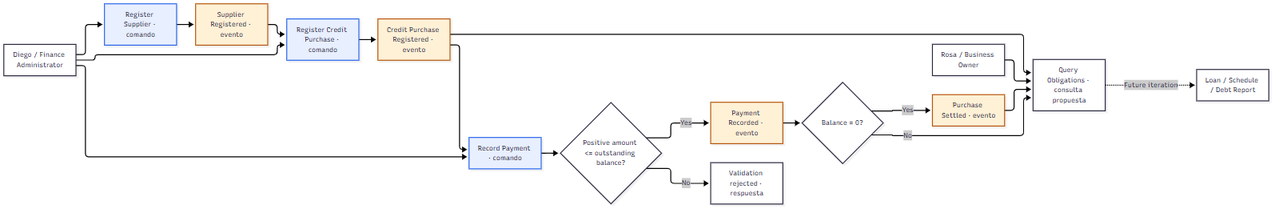
Grupo-Desarrollo-Aplicaciones-Web/upc-project-report keeps this Mermaid diagram as assets/architecture/big-picture-event-storming.png. Above is the earlier version. Its source is kept beside it as assets/architecture/big-picture-event-storming.mmd.
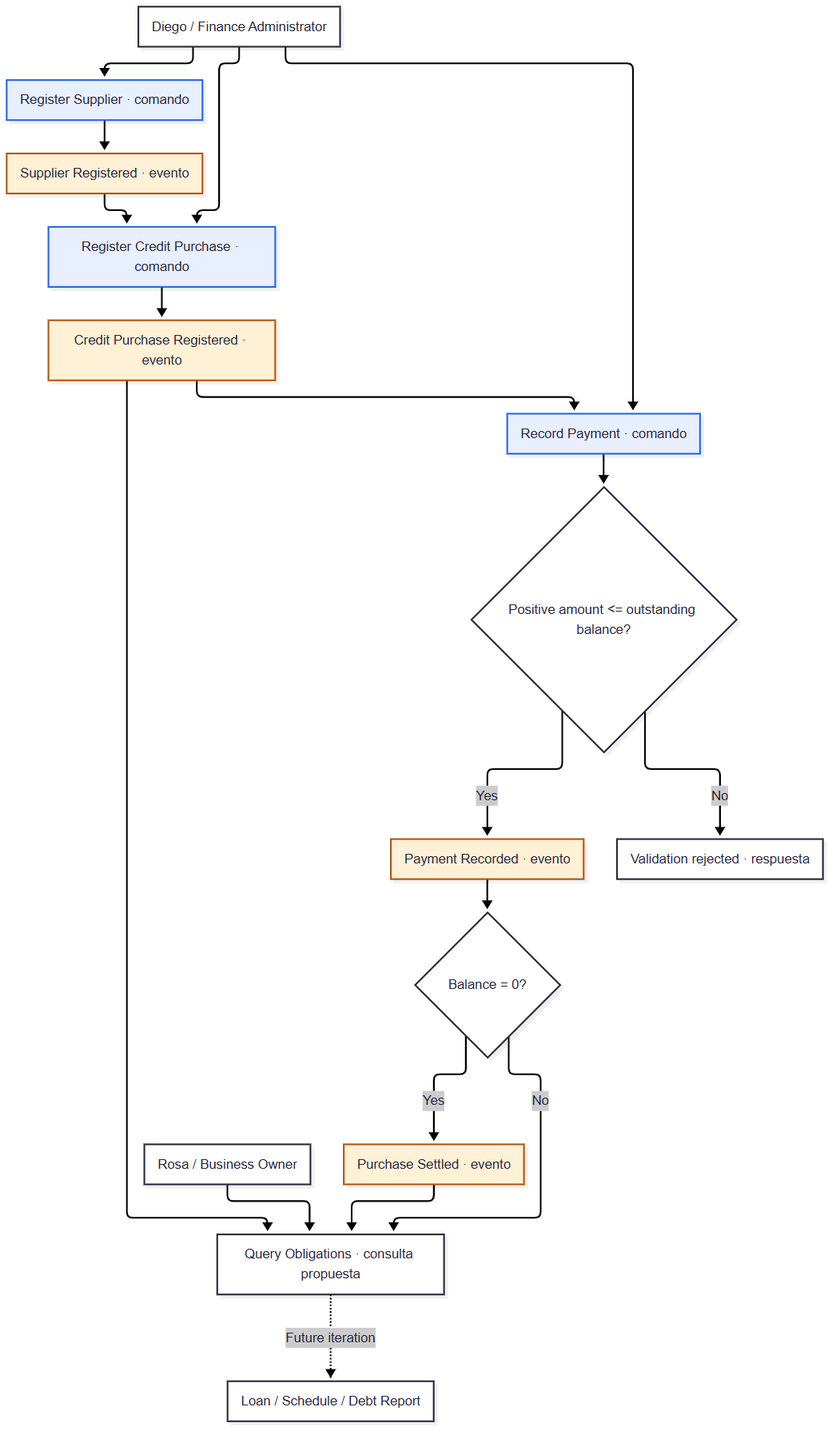
Later version of the same file.

What changed in the source:
```diff
@@ -1,4 +1,5 @@
-flowchart LR
+%%{init: {"themeVariables":{"fontSize":"16px","fontFamily":"Arial"},"flowchart":{"nodeSpacing":24,"rankSpacing":24,"wrappingWidth":240}}}%%
+flowchart TB
   Owner["Rosa / Business Owner"] --> Q["Query Obligations · consulta propuesta"]
   Admin["Diego / Finance Administrator"] --> S["Register Supplier · comando"]
   S --> SE["Supplier Registered · evento"]
```
